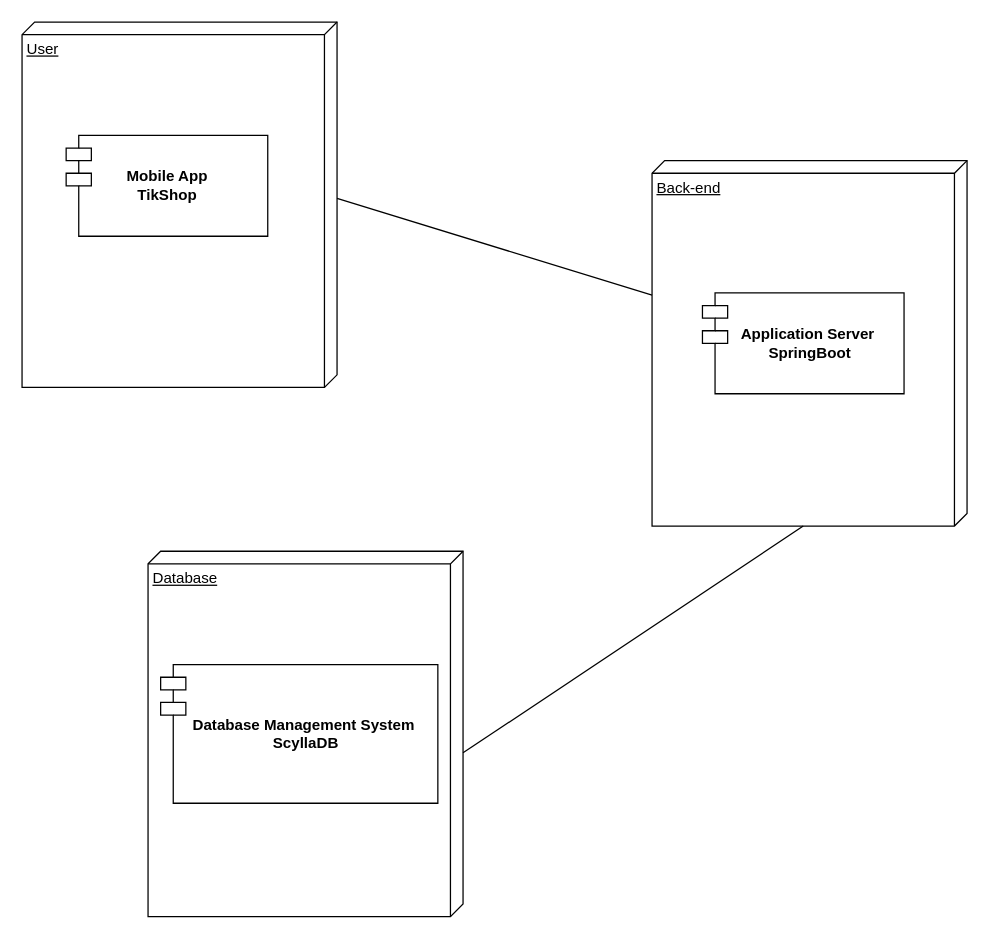
Above: page "Déploiement" (5 of 6) of TIkShopDataBase.drawio in Bryann-coder/FlashShop (draw.io), before the change. Source tidied: cells renumbered, new cells numbered last; positions are measured from the earlier drawing's top-left corner, leaving out a move shared by most shapes. Both pictures are drawn from the tidied source at 126%, with x=0, y=0 at pixel (21, 21).
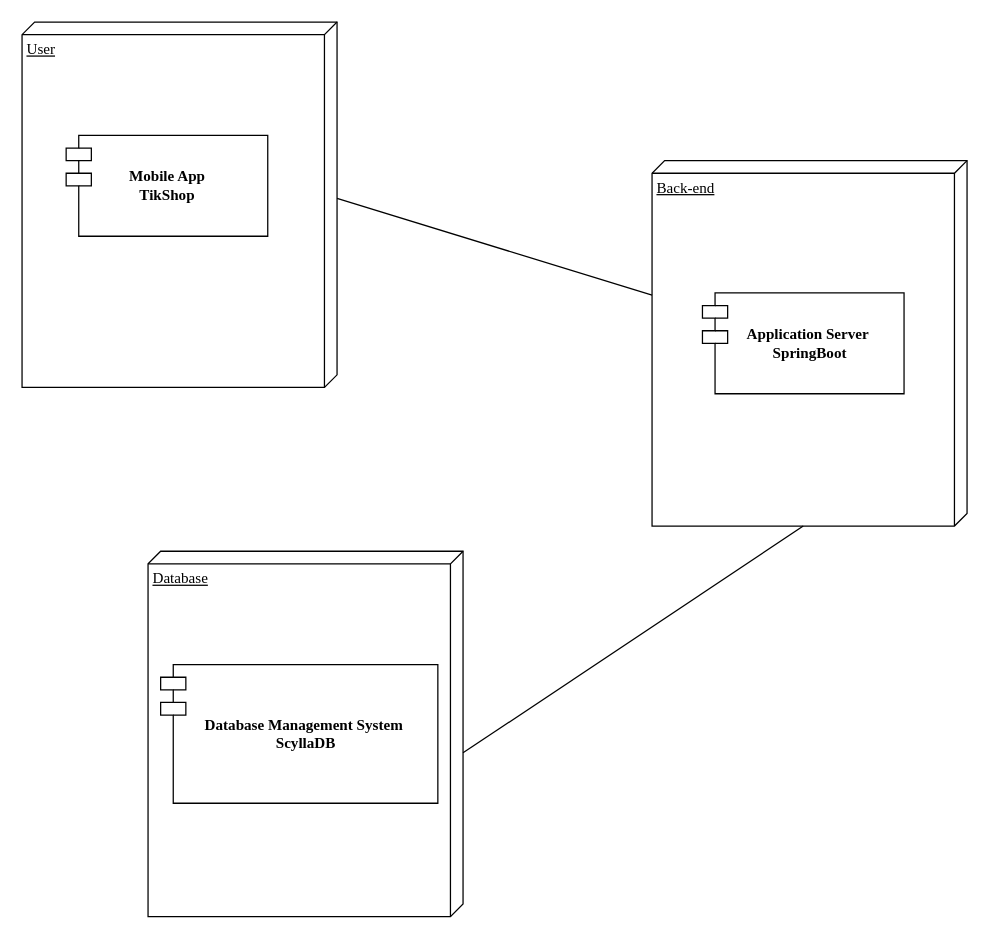
The same page after the edit.

What changed in the source:
```diff
@@
 <mxGraphModel>
   <root>
     <mxCell id="0" />
     <mxCell id="1" parent="0" />
-    <mxCell id="2" value="User" style="verticalAlign=top;align=left;spacingTop=8;spacingLeft=2;spacingRight=12;shape=cube;size=10;direction=south;fontStyle=4;html=1;whiteSpace=wrap;" parent="1" vertex="1">
+    <mxCell id="2" value="User" style="verticalAlign=top;align=left;spacingTop=8;spacingLeft=2;spacingRight=12;shape=cube;size=10;direction=south;fontStyle=4;html=1;whiteSpace=wrap;fontFamily=Times New Roman;" parent="1" vertex="1">
       <mxGeometry width="250" height="290" as="geometry" />
     </mxCell>
-    <mxCell id="3" style="shape=module;align=left;spacingLeft=20;align=center;verticalAlign=top;whiteSpace=wrap;html=1;" parent="1" vertex="1">
+    <mxCell id="3" style="shape=module;align=left;spacingLeft=20;align=center;verticalAlign=top;whiteSpace=wrap;html=1;fontFamily=Times New Roman;" parent="1" vertex="1">
       <mxGeometry x="35" y="90" width="160" height="80" as="geometry" />
     </mxCell>
-    <mxCell id="4" value="Mobile App&lt;div&gt;TikShop&lt;/div&gt;" style="text;align=center;fontStyle=1;verticalAlign=middle;spacingLeft=3;spacingRight=3;strokeColor=none;html=1;" parent="1" vertex="1">
+    <mxCell id="4" value="Mobile App&lt;div&gt;TikShop&lt;/div&gt;" style="text;align=center;fontStyle=1;verticalAlign=middle;spacingLeft=3;spacingRight=3;strokeColor=none;html=1;fontFamily=Times New Roman;" parent="1" vertex="1">
       <mxGeometry x="72.5" y="110" width="85" height="40" as="geometry" />
     </mxCell>
-    <mxCell id="5" value="Back-end" style="verticalAlign=top;align=left;spacingTop=8;spacingLeft=2;spacingRight=12;shape=cube;size=10;direction=south;fontStyle=4;html=1;whiteSpace=wrap;" parent="1" vertex="1">
+    <mxCell id="5" value="Back-end" style="verticalAlign=top;align=left;spacingTop=8;spacingLeft=2;spacingRight=12;shape=cube;size=10;direction=south;fontStyle=4;html=1;whiteSpace=wrap;fontFamily=Times New Roman;" parent="1" vertex="1">
       <mxGeometry x="500" y="110" width="250" height="290" as="geometry" />
     </mxCell>
-    <mxCell id="6" style="shape=module;align=left;spacingLeft=20;align=center;verticalAlign=top;whiteSpace=wrap;html=1;" parent="1" vertex="1">
+    <mxCell id="6" style="shape=module;align=left;spacingLeft=20;align=center;verticalAlign=top;whiteSpace=wrap;html=1;fontFamily=Times New Roman;" parent="1" vertex="1">
       <mxGeometry x="540" y="215" width="160" height="80" as="geometry" />
     </mxCell>
-    <mxCell id="7" value="&lt;div&gt;Application Server&amp;nbsp;&lt;/div&gt;&lt;div&gt;SpringBoot&lt;/div&gt;" style="text;align=center;fontStyle=1;verticalAlign=middle;spacingLeft=3;spacingRight=3;strokeColor=none;html=1;" parent="1" vertex="1">
+    <mxCell id="7" value="&lt;div&gt;Application Server&amp;nbsp;&lt;/div&gt;&lt;div&gt;SpringBoot&lt;/div&gt;" style="text;align=center;fontStyle=1;verticalAlign=middle;spacingLeft=3;spacingRight=3;strokeColor=none;html=1;fontFamily=Times New Roman;" parent="1" vertex="1">
       <mxGeometry x="585" y="235" width="80" height="40" as="geometry" />
     </mxCell>
-    <mxCell id="8" value="Database" style="verticalAlign=top;align=left;spacingTop=8;spacingLeft=2;spacingRight=12;shape=cube;size=10;direction=south;fontStyle=4;html=1;whiteSpace=wrap;" parent="1" vertex="1">
+    <mxCell id="8" value="Database" style="verticalAlign=top;align=left;spacingTop=8;spacingLeft=2;spacingRight=12;shape=cube;size=10;direction=south;fontStyle=4;html=1;whiteSpace=wrap;fontFamily=Times New Roman;" parent="1" vertex="1">
       <mxGeometry x="100" y="420" width="250" height="290" as="geometry" />
     </mxCell>
-    <mxCell id="9" style="shape=module;align=left;spacingLeft=20;align=center;verticalAlign=top;whiteSpace=wrap;html=1;" parent="1" vertex="1">
+    <mxCell id="9" style="shape=module;align=left;spacingLeft=20;align=center;verticalAlign=top;whiteSpace=wrap;html=1;fontFamily=Times New Roman;" parent="1" vertex="1">
       <mxGeometry x="110" y="510" width="220" height="110" as="geometry" />
     </mxCell>
-    <mxCell id="10" value="&lt;div&gt;Database Management System&amp;nbsp;&lt;/div&gt;&lt;div&gt;ScyllaDB&lt;/div&gt;" style="text;align=center;fontStyle=1;verticalAlign=middle;spacingLeft=3;spacingRight=3;strokeColor=none;html=1;" parent="1" vertex="1">
+    <mxCell id="10" value="&lt;div&gt;Database Management System&amp;nbsp;&lt;/div&gt;&lt;div&gt;ScyllaDB&lt;/div&gt;" style="text;align=center;fontStyle=1;verticalAlign=middle;spacingLeft=3;spacingRight=3;strokeColor=none;html=1;fontFamily=Times New Roman;" parent="1" vertex="1">
       <mxGeometry x="185" y="545" width="80" height="40" as="geometry" />
     </mxCell>
-    <mxCell id="11" style="endArrow=none;html=1;rounded=0;exitX=0;exitY=0;exitDx=140;exitDy=0;exitPerimeter=0;" parent="1" edge="1" source="2" target="5">
+    <mxCell id="11" style="endArrow=none;html=1;rounded=0;exitX=0;exitY=0;exitDx=140;exitDy=0;exitPerimeter=0;fontFamily=Times New Roman;" parent="1" edge="1" source="2" target="5">
       <mxGeometry relative="1" as="geometry" />
     </mxCell>
-    <mxCell id="12" style="endArrow=none;html=1;rounded=0;entryX=0;entryY=0;entryDx=290;entryDy=130;entryPerimeter=0;" parent="1" edge="1" target="5">
+    <mxCell id="12" style="endArrow=none;html=1;rounded=0;entryX=0;entryY=0;entryDx=290;entryDy=130;entryPerimeter=0;fontFamily=Times New Roman;" parent="1" edge="1" target="5">
       <mxGeometry relative="1" as="geometry">
         <mxPoint x="350" y="580" as="sourcePoint" />
       </mxGeometry>
     </mxCell>
   </root>
 </mxGraphModel>
```
